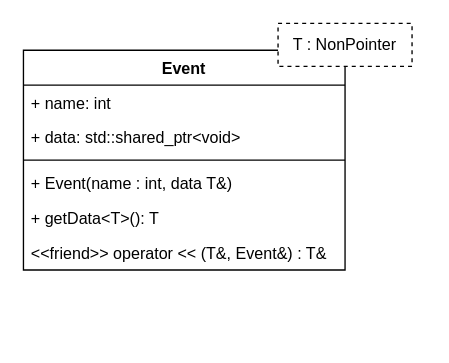
LasseGoransson/ESD-E2020 keeps this draw.io diagram as diagrams/event.drawio. Above is the earlier version. Source tidied: cells renumbered, new cells numbered last; positions are measured from the earlier drawing's top-left corner, leaving out a move shared by most shapes. Both pictures are drawn from the tidied source at 134%, with x=0, y=0 at pixel (23, 23).
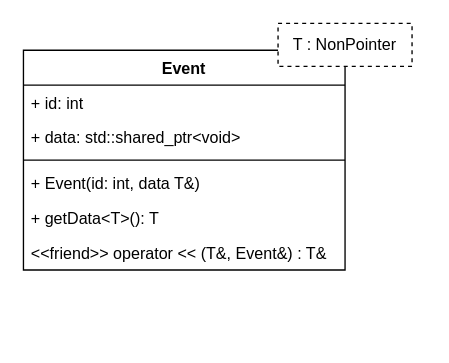
The same diagram, later.

Commit message (it also covers changes not shown here):
minor changes to match implementation

Diff of the diagram source:
```diff
@@
 <mxGraphModel>
   <root>
     <mxCell id="0" />
     <mxCell id="1" parent="0" />
     <mxCell id="2" style="group;" parent="1" vertex="1">
       <mxGeometry width="300" height="236" as="geometry" />
     </mxCell>
     <mxCell id="3" value="Event" style="swimlane;fontStyle=1;align=center;verticalAlign=top;horizontal=1;startSize=26;" parent="2" vertex="1">
       <mxGeometry y="20" width="240" height="164" as="geometry" />
     </mxCell>
-    <mxCell id="4" value="+ name: int" style="text;strokeColor=none;fillColor=none;align=left;verticalAlign=top;spacingLeft=4;spacingRight=4;overflow=hidden;" parent="3" vertex="1">
+    <mxCell id="4" value="+ id: int" style="text;strokeColor=none;fillColor=none;align=left;verticalAlign=top;spacingLeft=4;spacingRight=4;overflow=hidden;" parent="3" vertex="1">
       <mxGeometry y="26" width="240" height="26" as="geometry" />
     </mxCell>
     <mxCell id="5" value="+ data: std::shared_ptr&lt;void&gt;" style="text;strokeColor=none;fillColor=none;align=left;verticalAlign=top;spacingLeft=4;spacingRight=4;overflow=hidden;" parent="3" vertex="1">
       <mxGeometry y="52" width="240" height="26" as="geometry" />
     </mxCell>
     <mxCell id="6" style="line;strokeWidth=1;fillColor=none;align=left;verticalAlign=middle;spacingTop=-1;spacingLeft=3;spacingRight=3;labelPosition=right;" parent="3" vertex="1">
       <mxGeometry y="78" width="240" height="8" as="geometry" />
     </mxCell>
-    <mxCell id="7" value="+ Event(name : int, data T&amp;)" style="text;strokeColor=none;fillColor=none;align=left;verticalAlign=top;spacingLeft=4;spacingRight=4;overflow=hidden;" parent="3" vertex="1">
+    <mxCell id="7" value="+ Event(id: int, data T&amp;)" style="text;strokeColor=none;fillColor=none;align=left;verticalAlign=top;spacingLeft=4;spacingRight=4;overflow=hidden;" parent="3" vertex="1">
       <mxGeometry y="86" width="240" height="26" as="geometry" />
     </mxCell>
     <mxCell id="8" value="+ getData&lt;T&gt;(): T" style="text;strokeColor=none;fillColor=none;align=left;verticalAlign=top;spacingLeft=4;spacingRight=4;overflow=hidden;" parent="3" vertex="1">
       <mxGeometry y="112" width="240" height="26" as="geometry" />
     </mxCell>
     <mxCell id="9" value="&lt;&lt;friend&gt;&gt; operator &lt;&lt; (T&amp;, Event&amp;) : T&amp;" style="text;strokeColor=none;fillColor=none;align=left;verticalAlign=top;spacingLeft=4;spacingRight=4;overflow=hidden;" parent="3" vertex="1">
       <mxGeometry y="138" width="240" height="26" as="geometry" />
     </mxCell>
     <mxCell id="10" value="T : NonPointer" style="rounded=0;whiteSpace=wrap;html=1;dashed=1;" parent="2" vertex="1">
       <mxGeometry x="190" width="100" height="32" as="geometry" />
     </mxCell>
   </root>
 </mxGraphModel>
```
